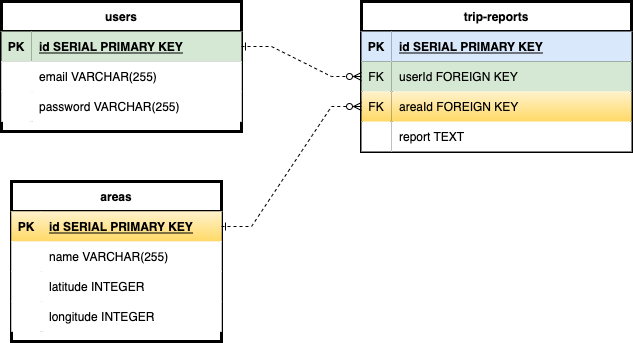
The draw.io diagram ERD.drawio.png in mvanzo/P2-Dir, before a commit. Source tidied: cells renumbered, new cells last; positions are measured from the earlier drawing's top-left corner, leaving out a move shared by most shapes.
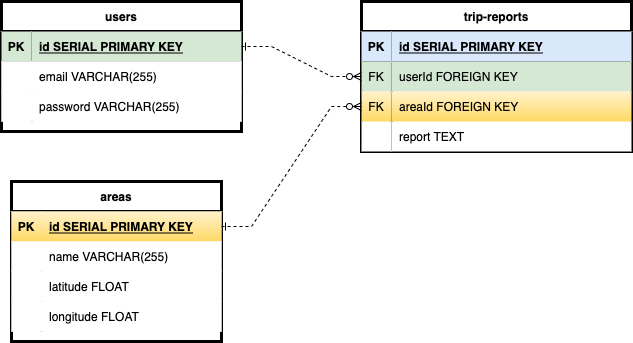
Later version of the same file.

Change to the diagram source:
```diff
@@ -59,7 +59,7 @@
     <mxCell id="20" style="shape=partialRectangle;top=0;left=0;bottom=0;right=0;overflow=hidden;" parent="19" vertex="1">
       <mxGeometry width="30" height="30" as="geometry" />
     </mxCell>
-    <mxCell id="21" value="latitude INTEGER" style="shape=partialRectangle;top=0;left=0;bottom=0;right=0;align=left;spacingLeft=6;overflow=hidden;" parent="19" vertex="1">
+    <mxCell id="21" value="latitude FLOAT" style="shape=partialRectangle;top=0;left=0;bottom=0;right=0;align=left;spacingLeft=6;overflow=hidden;" parent="19" vertex="1">
       <mxGeometry x="30" width="180" height="30" as="geometry" />
     </mxCell>
     <mxCell id="22" style="shape=tableRow;horizontal=0;startSize=0;swimlaneHead=0;swimlaneBody=0;top=0;left=0;right=0;bottom=0;" parent="12" vertex="1">
@@ -68,7 +68,7 @@
     <mxCell id="23" style="shape=partialRectangle;top=0;left=0;bottom=0;right=0;overflow=hidden;" parent="22" vertex="1">
       <mxGeometry width="30" height="30" as="geometry" />
     </mxCell>
-    <mxCell id="24" value="longitude INTEGER" style="shape=partialRectangle;top=0;left=0;bottom=0;right=0;align=left;spacingLeft=6;overflow=hidden;" parent="22" vertex="1">
+    <mxCell id="24" value="longitude FLOAT" style="shape=partialRectangle;top=0;left=0;bottom=0;right=0;align=left;spacingLeft=6;overflow=hidden;" parent="22" vertex="1">
       <mxGeometry x="30" width="180" height="30" as="geometry" />
     </mxCell>
     <mxCell id="25" value="trip-reports" style="shape=table;startSize=30;rowLines=0;fontStyle=1;align=center;strokeWidth=3;" parent="1" vertex="1">
```
